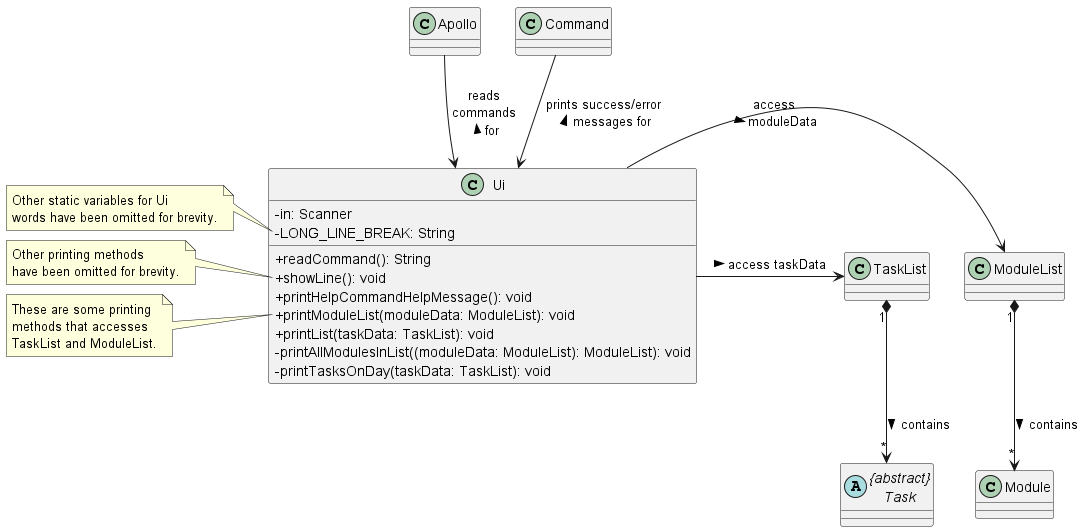
This is docs/uml-diagrams/Ui.png from nus-cs2113-AY2223S2/tp, a PlantUML export, as it was before one commit. Source of this version:
```plantuml
@startuml

skinparam classAttributeIconSize 0

Apollo --> Ui : reads \ncommands \nfor <
Command --> Ui : prints success/error \nmessages for <

class Ui {
- in: Scanner
- LONG_LINE_BREAK: String
+ readCommand(): String
+ showLine(): void
+ printHelpCommandHelpMessage(): void
+ printModuleList(moduleData: ModuleList): void
+ printList(taskData: TaskList): void
- printAllModulesInList((moduleData: ModuleList): ModuleList): void
- printTasksOnDay(taskData: TaskList): void
}

note left of Ui::LONG_LINE_BREAK
    Other static variables for Ui
    words have been omitted for brevity.
end note

note left of Ui::showLine
    Other printing methods
    have been omitted for brevity.
end note

note left of Ui::printModuleList
    These are some printing
    methods that accesses
    TaskList and ModuleList.
end note


Ui -> ModuleList : access \nmoduleData >
ModuleList "1" *--> "*" Module : contains >

abstract class "{abstract}\nTask" as Task
Ui -> TaskList : access taskData >
TaskList "1" *--> "*" Task : contains >

@enduml
```
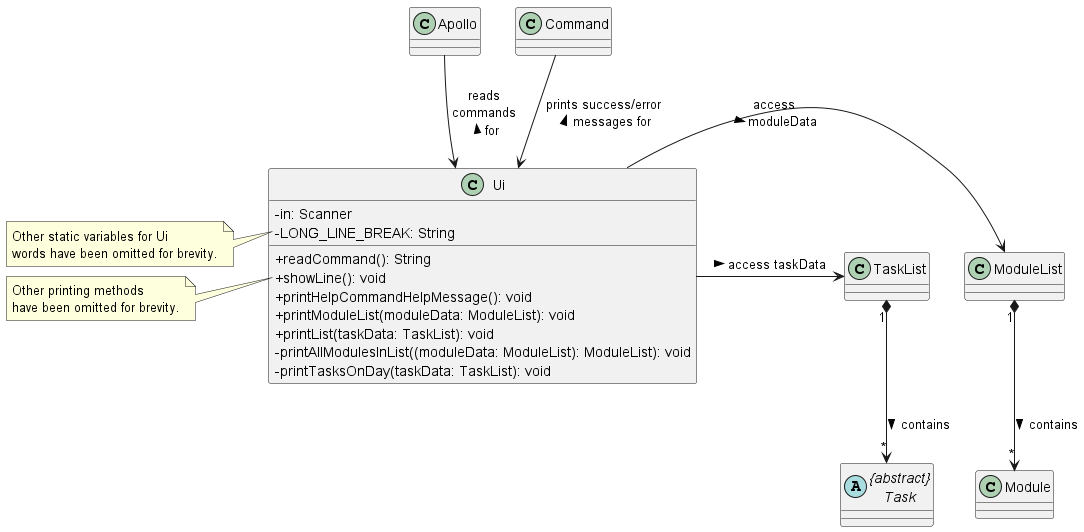
The same diagram one commit later.

Commit message:
Remove redundant note

The edit, as a diff of the source:
```diff
@@ -27,12 +27,6 @@
     have been omitted for brevity.
 end note
 
-note left of Ui::printModuleList
-    These are some printing
-    methods that accesses
-    TaskList and ModuleList.
-end note
-
 
 Ui -> ModuleList : access \nmoduleData >
 ModuleList "1" *--> "*" Module : contains >
```
